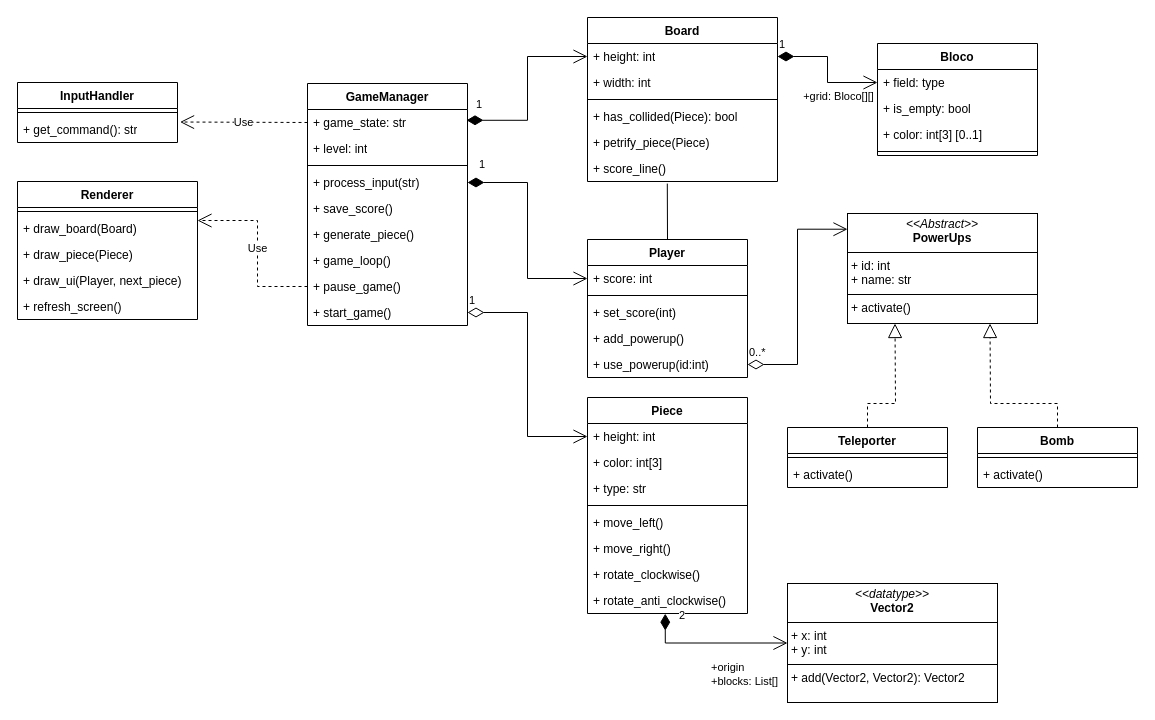
The draw.io diagram UML/fallock-class-diagram.drawio in LuizHPio/Fallock, before the edit. Source tidied: cells renumbered, new cells numbered last; positions are measured from the earlier drawing's top-left corner, leaving out a move shared by most shapes. Both pictures are drawn from the tidied source at 100%, with x=0, y=0 at pixel (17, 17).
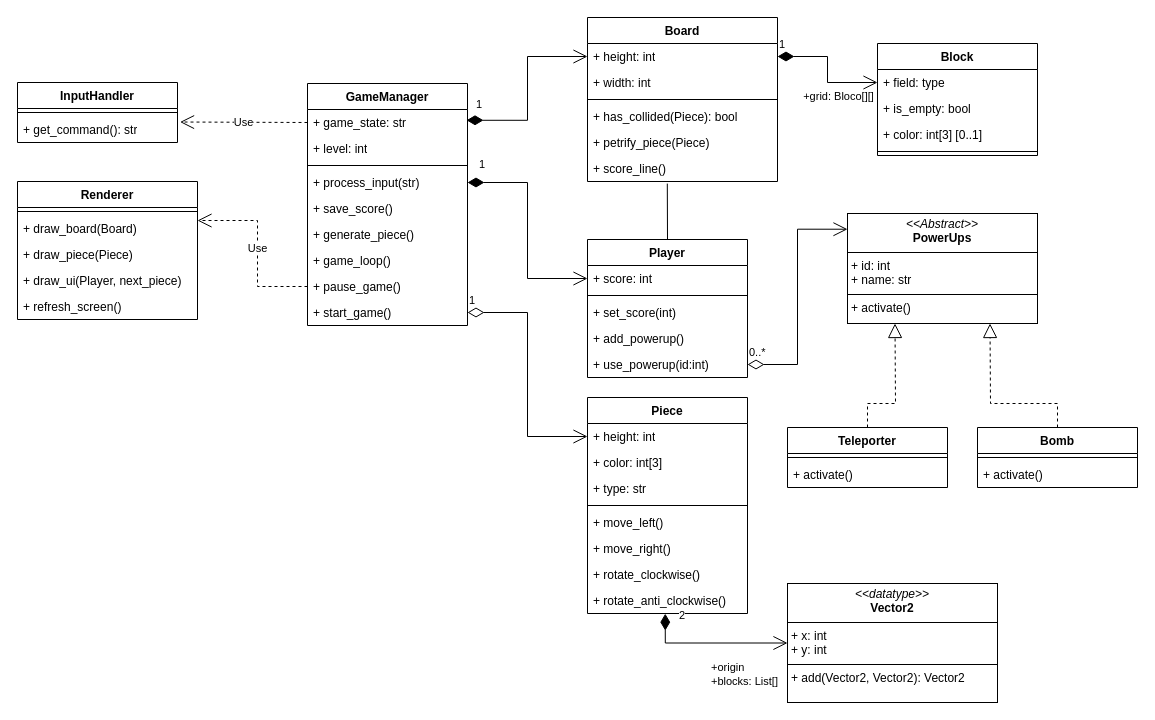
After the change.

Diff of the diagram source:
```diff
@@
-    <mxCell id="37" value="Bloco" style="swimlane;fontStyle=1;align=center;verticalAlign=top;horizontal=1;startSize=26;whiteSpace=wrap;html=1;" parent="1" vertex="1">
+    <mxCell id="37" value="Block" style="swimlane;fontStyle=1;align=center;verticalAlign=top;horizontal=1;startSize=26;whiteSpace=wrap;html=1;" parent="1" vertex="1">
       <mxGeometry x="860" y="26" width="160" height="112" as="geometry" />
     </mxCell>
```
